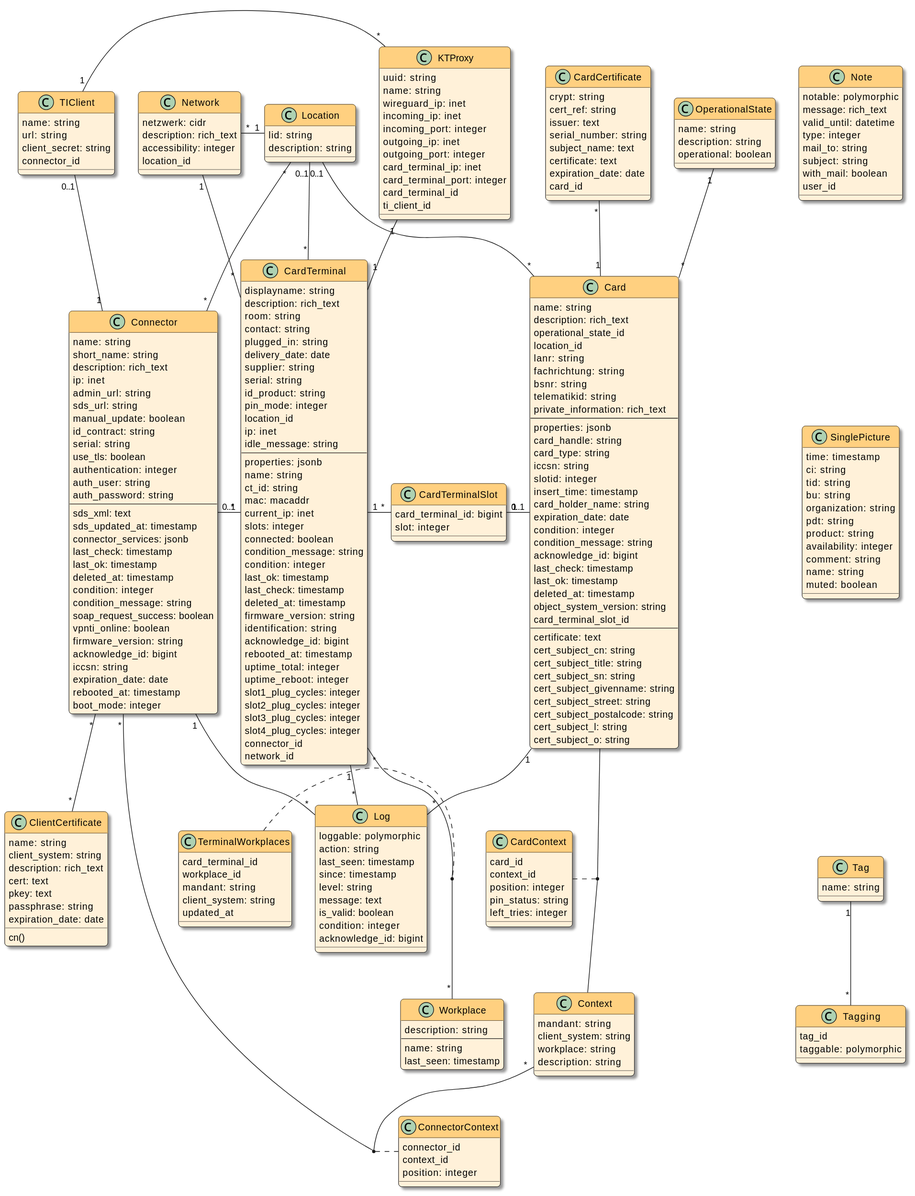
The PlantUML diagram docsrc/devnotes/modules/ROOT/images/models.svg in swobspace/cocard, before a commit.
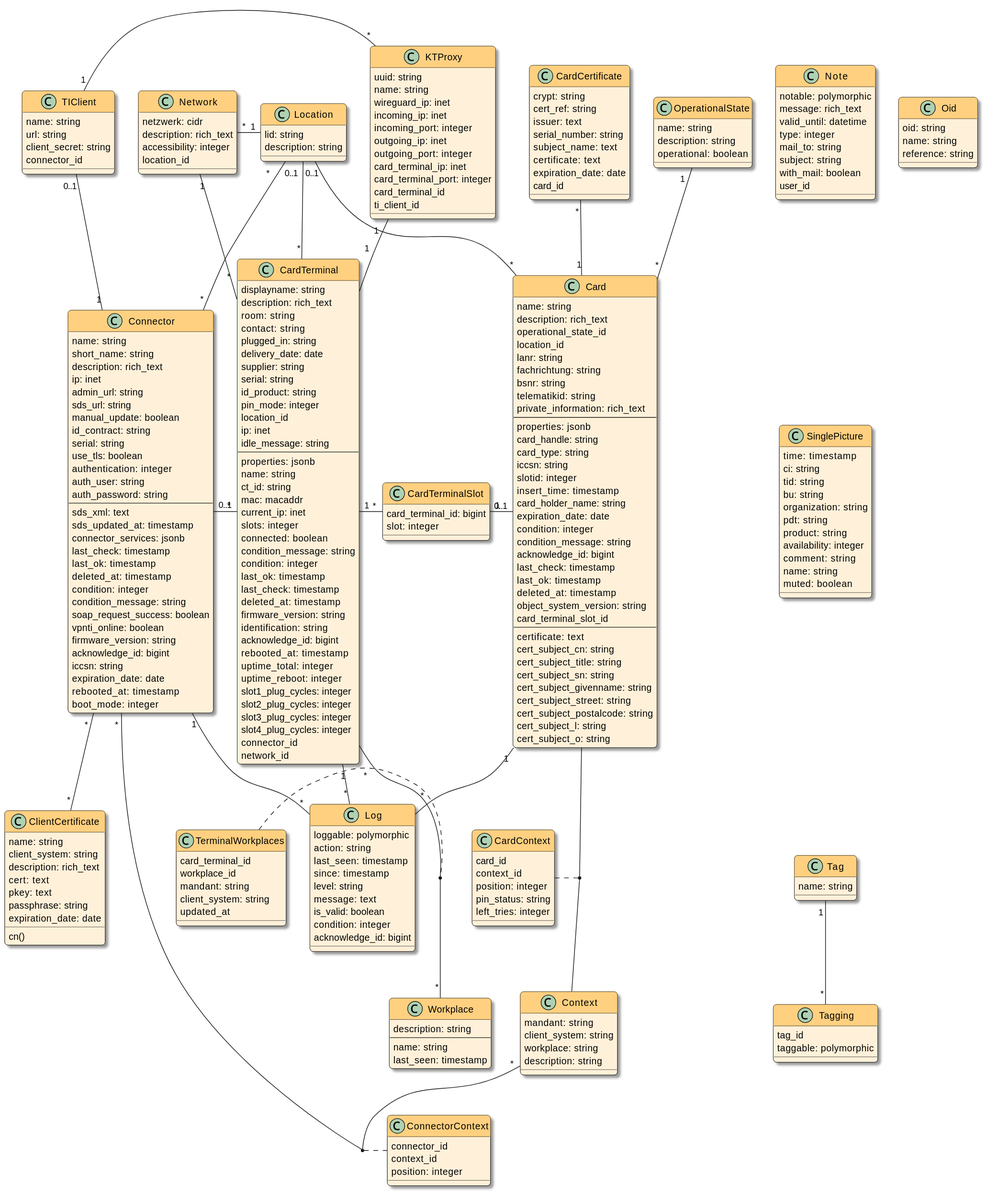
Above is the later version.

Diff of the diagram source:
```diff
@@ -248,6 +248,12 @@
   connector_id
 }
 
+Class Oid {
+  oid: string
+  name: string
+  reference: string
+}
+
 Network "*" - "1" Location
 Network "1" -- "*" CardTerminal
 Location "*" -- "*" Connector
```
